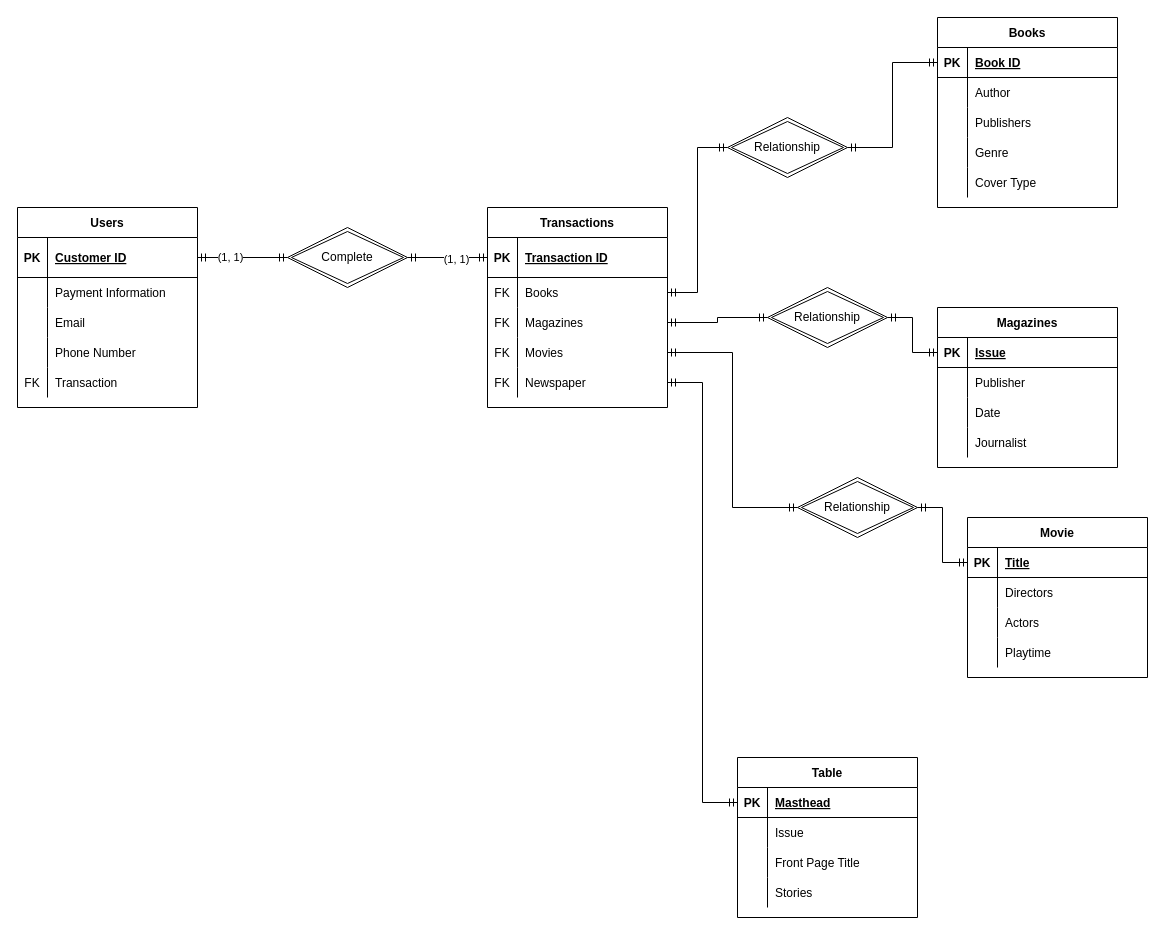
This is Images/Group Assignment 2.drawio from jmr7006/ISTCOURSE, a draw.io file, before an edit. Source tidied: cells renumbered, new cells numbered last; positions are measured from the earlier drawing's top-left corner, leaving out a move shared by most shapes. Both pictures are drawn from the tidied source at 100%, with x=0, y=0 at pixel (17, 17).
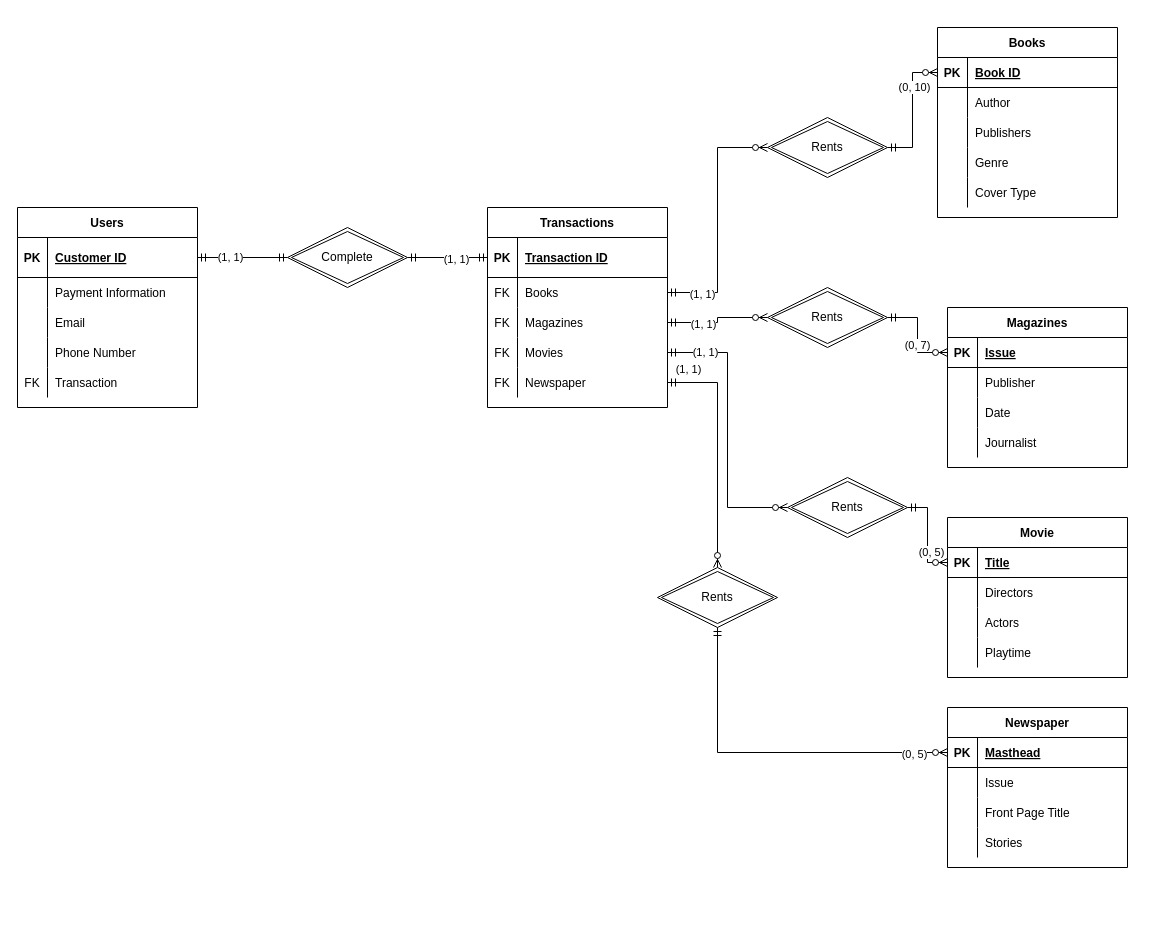
The same page after the edit.

The change refers to these unchanged cells:
```xml
<mxCell id="19" style="shape=partialRectangle;fillColor=none;top=0;left=0;bottom=1;right=0;points=[[0,0.5],[1,0.5]];portConstraint=eastwest;" parent="18" vertex="1">
  <mxGeometry y="30" width="180" height="30" as="geometry" />
</mxCell>
<mxCell id="35" style="shape=partialRectangle;fillColor=none;top=0;left=0;bottom=1;right=0;points=[[0,0.5],[1,0.5]];portConstraint=eastwest;" parent="34" vertex="1">
  <mxGeometry y="30" width="180" height="30" as="geometry" />
</mxCell>
<mxCell id="48" style="shape=partialRectangle;fillColor=none;top=0;left=0;bottom=1;right=0;points=[[0,0.5],[1,0.5]];portConstraint=eastwest;" parent="47" vertex="1">
  <mxGeometry y="30" width="180" height="30" as="geometry" />
</mxCell>
<mxCell id="61" style="shape=partialRectangle;fillColor=none;top=0;left=0;bottom=1;right=0;points=[[0,0.5],[1,0.5]];portConstraint=eastwest;" parent="60" vertex="1">
  <mxGeometry y="30" width="180" height="30" as="geometry" />
</mxCell>
<mxCell id="77" style="shape=partialRectangle;fillColor=none;top=0;left=0;bottom=0;right=0;points=[[0,0.5],[1,0.5]];portConstraint=eastwest;" parent="73" vertex="1">
  <mxGeometry y="70" width="180" height="30" as="geometry" />
</mxCell>
<mxCell id="80" style="shape=partialRectangle;fillColor=none;top=0;left=0;bottom=0;right=0;points=[[0,0.5],[1,0.5]];portConstraint=eastwest;" parent="73" vertex="1">
  <mxGeometry y="100" width="180" height="30" as="geometry" />
</mxCell>
<mxCell id="83" style="shape=partialRectangle;fillColor=none;top=0;left=0;bottom=0;right=0;points=[[0,0.5],[1,0.5]];portConstraint=eastwest;" parent="73" vertex="1">
  <mxGeometry y="130" width="180" height="30" as="geometry" />
</mxCell>
<mxCell id="86" style="shape=partialRectangle;fillColor=none;top=0;left=0;bottom=0;right=0;points=[[0,0.5],[1,0.5]];portConstraint=eastwest;" parent="73" vertex="1">
  <mxGeometry y="160" width="180" height="30" as="geometry" />
</mxCell>
```

What changed in the source:
```diff
@@
     <mxCell id="18" value="Books" style="shape=table;startSize=30;childLayout=tableLayout;rowLines=0;fontStyle=1;align=center;" parent="1" vertex="1">
-      <mxGeometry x="920" width="180" height="190" as="geometry" />
+      <mxGeometry x="920" y="10" width="180" height="190" as="geometry" />
     </mxCell>
@@
     <mxCell id="34" value="Movie" style="shape=table;startSize=30;childLayout=tableLayout;rowLines=0;fontStyle=1;align=center;" parent="1" vertex="1">
-      <mxGeometry x="950" y="500" width="180" height="160" as="geometry" />
+      <mxGeometry x="930" y="500" width="180" height="160" as="geometry" />
     </mxCell>
@@
     <mxCell id="47" value="Magazines" style="shape=table;startSize=30;childLayout=tableLayout;rowLines=0;fontStyle=1;align=center;" parent="1" vertex="1">
-      <mxGeometry x="920" y="290" width="180" height="160" as="geometry" />
+      <mxGeometry x="930" y="290" width="180" height="160" as="geometry" />
     </mxCell>
@@
-    <mxCell id="60" value="Table" style="shape=table;startSize=30;childLayout=tableLayout;rowLines=0;fontStyle=1;align=center;" parent="1" vertex="1">
-      <mxGeometry x="720" y="740" width="180" height="160" as="geometry" />
+    <mxCell id="60" value="Newspaper" style="shape=table;startSize=30;childLayout=tableLayout;rowLines=0;fontStyle=1;align=center;" parent="1" vertex="1">
+      <mxGeometry x="930" y="690" width="180" height="160" as="geometry" />
     </mxCell>
@@
-    <mxCell id="94" value="Relationship" style="shape=rhombus;double=1;perimeter=rhombusPerimeter;whiteSpace=wrap;html=1;align=center;" parent="1" vertex="1">
-      <mxGeometry x="780" y="460" width="120" height="60" as="geometry" />
+    <mxCell id="94" value="Rents" style="shape=rhombus;double=1;perimeter=rhombusPerimeter;whiteSpace=wrap;html=1;align=center;" parent="1" vertex="1">
+      <mxGeometry x="770" y="460" width="120" height="60" as="geometry" />
     </mxCell>
-    <mxCell id="95" style="edgeStyle=orthogonalEdgeStyle;rounded=0;jettySize=auto;html=1;exitX=1;exitY=0.5;exitDx=0;exitDy=0;entryX=0;entryY=0.5;entryDx=0;entryDy=0;startArrow=ERmandOne;startFill=0;endArrow=ERmandOne;endFill=0;" parent="1" edge="1" source="97" target="19">
-      <mxGeometry relative="1" as="geometry" />
+    <mxCell id="95" style="edgeStyle=orthogonalEdgeStyle;rounded=0;jettySize=auto;html=1;exitX=1;exitY=0.5;exitDx=0;exitDy=0;entryX=0;entryY=0.5;entryDx=0;entryDy=0;startArrow=ERmandOne;startFill=0;endArrow=ERzeroToMany;endFill=1;" parent="1" edge="1" source="97" target="19">
+      <mxGeometry relative="1" as="geometry">
+        <Array as="points">
+          <mxPoint x="895" y="130" />
+          <mxPoint x="895" y="55" />
+        </Array>
+      </mxGeometry>
     </mxCell>
+    <mxCell id="104" value="(0, 10)" style="edgeLabel;html=1;align=center;verticalAlign=middle;" parent="95" vertex="1">
+      <mxGeometry x="0.38" y="-1" relative="1" as="geometry" />
+    </mxCell>
-    <mxCell id="96" style="edgeStyle=orthogonalEdgeStyle;rounded=0;jettySize=auto;html=1;exitX=0;exitY=0.5;exitDx=0;exitDy=0;entryX=1;entryY=0.5;entryDx=0;entryDy=0;startArrow=ERmandOne;startFill=0;endArrow=ERmandOne;endFill=0;" parent="1" edge="1" source="97" target="77">
+    <mxCell id="96" style="edgeStyle=orthogonalEdgeStyle;rounded=0;jettySize=auto;html=1;exitX=0;exitY=0.5;exitDx=0;exitDy=0;entryX=1;entryY=0.5;entryDx=0;entryDy=0;startArrow=ERzeroToMany;startFill=1;endArrow=ERmandOne;endFill=0;" parent="1" edge="1" source="97" target="77">
       <mxGeometry relative="1" as="geometry" />
     </mxCell>
+    <mxCell id="105" value="(1, 1)" style="edgeLabel;html=1;align=center;verticalAlign=middle;" parent="96" vertex="1">
+      <mxGeometry x="0.72" y="1" relative="1" as="geometry" />
+    </mxCell>
-    <mxCell id="97" value="Relationship" style="shape=rhombus;double=1;perimeter=rhombusPerimeter;whiteSpace=wrap;html=1;align=center;" parent="1" vertex="1">
-      <mxGeometry x="710" y="100" width="120" height="60" as="geometry" />
+    <mxCell id="97" value="Rents" style="shape=rhombus;double=1;perimeter=rhombusPerimeter;whiteSpace=wrap;html=1;align=center;" parent="1" vertex="1">
+      <mxGeometry x="750" y="100" width="120" height="60" as="geometry" />
     </mxCell>
-    <mxCell id="98" style="edgeStyle=orthogonalEdgeStyle;rounded=0;jettySize=auto;html=1;exitX=1;exitY=0.5;exitDx=0;exitDy=0;entryX=0;entryY=0.5;entryDx=0;entryDy=0;startArrow=ERmandOne;startFill=0;endArrow=ERmandOne;endFill=0;" parent="1" edge="1" source="99" target="48">
+    <mxCell id="98" style="edgeStyle=orthogonalEdgeStyle;rounded=0;jettySize=auto;html=1;exitX=1;exitY=0.5;exitDx=0;exitDy=0;entryX=0;entryY=0.5;entryDx=0;entryDy=0;startArrow=ERmandOne;startFill=0;endArrow=ERzeroToMany;endFill=1;" parent="1" edge="1" source="99" target="48">
       <mxGeometry relative="1" as="geometry" />
     </mxCell>
+    <mxCell id="106" value="(0, 7)" style="edgeLabel;html=1;align=center;verticalAlign=middle;" parent="98" vertex="1">
+      <mxGeometry x="0.2" y="-1" relative="1" as="geometry" />
+    </mxCell>
-    <mxCell id="99" value="Relationship" style="shape=rhombus;double=1;perimeter=rhombusPerimeter;whiteSpace=wrap;html=1;align=center;" parent="1" vertex="1">
+    <mxCell id="99" value="Rents" style="shape=rhombus;double=1;perimeter=rhombusPerimeter;whiteSpace=wrap;html=1;align=center;" parent="1" vertex="1">
       <mxGeometry x="750" y="270" width="120" height="60" as="geometry" />
     </mxCell>
-    <mxCell id="100" style="edgeStyle=orthogonalEdgeStyle;rounded=0;jettySize=auto;html=1;exitX=0;exitY=0.5;exitDx=0;exitDy=0;entryX=1;entryY=0.5;entryDx=0;entryDy=0;startArrow=ERmandOne;startFill=0;endArrow=ERmandOne;endFill=0;" parent="1" edge="1" source="35" target="94">
+    <mxCell id="100" style="edgeStyle=orthogonalEdgeStyle;rounded=0;jettySize=auto;html=1;exitX=0;exitY=0.5;exitDx=0;exitDy=0;entryX=1;entryY=0.5;entryDx=0;entryDy=0;startArrow=ERzeroToMany;startFill=1;endArrow=ERmandOne;endFill=0;" parent="1" edge="1" source="35" target="94">
       <mxGeometry relative="1" as="geometry" />
     </mxCell>
+    <mxCell id="107" value="(0, 5)" style="edgeLabel;html=1;align=center;verticalAlign=middle;" parent="100" vertex="1">
+      <mxGeometry x="-0.64" y="-11" relative="1" as="geometry" />
+    </mxCell>
-    <mxCell id="101" style="edgeStyle=orthogonalEdgeStyle;rounded=0;jettySize=auto;html=1;exitX=1;exitY=0.5;exitDx=0;exitDy=0;entryX=0;entryY=0.5;entryDx=0;entryDy=0;startArrow=ERmandOne;startFill=0;endArrow=ERmandOne;endFill=0;" parent="1" edge="1" source="83" target="94">
+    <mxCell id="101" style="edgeStyle=orthogonalEdgeStyle;rounded=0;jettySize=auto;html=1;exitX=1;exitY=0.5;exitDx=0;exitDy=0;entryX=0;entryY=0.5;entryDx=0;entryDy=0;startArrow=ERmandOne;startFill=0;endArrow=ERzeroToMany;endFill=1;" parent="1" edge="1" source="83" target="94">
       <mxGeometry relative="1" as="geometry" />
     </mxCell>
+    <mxCell id="108" value="(1, 1)" style="edgeLabel;html=1;align=center;verticalAlign=middle;" parent="101" vertex="1">
+      <mxGeometry x="-0.73" y="1" relative="1" as="geometry" />
+    </mxCell>
-    <mxCell id="102" style="edgeStyle=orthogonalEdgeStyle;rounded=0;jettySize=auto;html=1;exitX=1;exitY=0.5;exitDx=0;exitDy=0;entryX=0;entryY=0.5;entryDx=0;entryDy=0;startArrow=ERmandOne;startFill=0;endArrow=ERmandOne;endFill=0;" parent="1" edge="1" source="80" target="99">
+    <mxCell id="102" style="edgeStyle=orthogonalEdgeStyle;rounded=0;jettySize=auto;html=1;exitX=1;exitY=0.5;exitDx=0;exitDy=0;entryX=0;entryY=0.5;entryDx=0;entryDy=0;startArrow=ERmandOne;startFill=0;endArrow=ERzeroToMany;endFill=1;" parent="1" edge="1" source="80" target="99">
       <mxGeometry relative="1" as="geometry" />
     </mxCell>
-    <mxCell id="103" style="edgeStyle=orthogonalEdgeStyle;rounded=0;jettySize=auto;html=1;exitX=1;exitY=0.5;exitDx=0;exitDy=0;entryX=0;entryY=0.5;entryDx=0;entryDy=0;startArrow=ERmandOne;startFill=0;endArrow=ERmandOne;endFill=0;" parent="1" edge="1" source="86" target="61">
-      <mxGeometry relative="1" as="geometry" />
-    </mxCell>
+    <mxCell id="109" value="(1, 1)" style="edgeLabel;html=1;align=center;verticalAlign=middle;" parent="102" vertex="1">
+      <mxGeometry x="-0.34" y="-1" relative="1" as="geometry" />
+    </mxCell>
+    <mxCell id="110" style="edgeStyle=orthogonalEdgeStyle;rounded=0;jettySize=auto;html=1;exitX=0.5;exitY=0;exitDx=0;exitDy=0;entryX=1;entryY=0.5;entryDx=0;entryDy=0;startArrow=ERzeroToMany;startFill=1;endArrow=ERmandOne;endFill=0;" parent="1" edge="1" source="112" target="86">
+      <mxGeometry relative="1" as="geometry" />
+    </mxCell>
+    <mxCell id="111" value="(1, 1)" style="edgeLabel;html=1;align=center;verticalAlign=middle;" parent="110" vertex="1">
+      <mxGeometry x="0.57" y="15" relative="1" as="geometry">
+        <mxPoint x="-15" y="-15" as="offset" />
+      </mxGeometry>
+    </mxCell>
+    <mxCell id="112" value="Rents" style="shape=rhombus;double=1;perimeter=rhombusPerimeter;whiteSpace=wrap;html=1;align=center;" parent="1" vertex="1">
+      <mxGeometry x="640" y="550" width="120" height="60" as="geometry" />
+    </mxCell>
+    <mxCell id="113" style="edgeStyle=orthogonalEdgeStyle;rounded=0;jettySize=auto;html=1;exitX=0;exitY=0.5;exitDx=0;exitDy=0;entryX=0.5;entryY=1;entryDx=0;entryDy=0;startArrow=ERzeroToMany;startFill=1;endArrow=ERmandOne;endFill=0;" parent="1" edge="1" source="61" target="112">
+      <mxGeometry relative="1" as="geometry" />
+    </mxCell>
+    <mxCell id="114" value="(0, 5)" style="edgeLabel;html=1;align=center;verticalAlign=middle;" parent="113" vertex="1">
+      <mxGeometry x="-0.81" y="1" relative="1" as="geometry" />
+    </mxCell>
```
